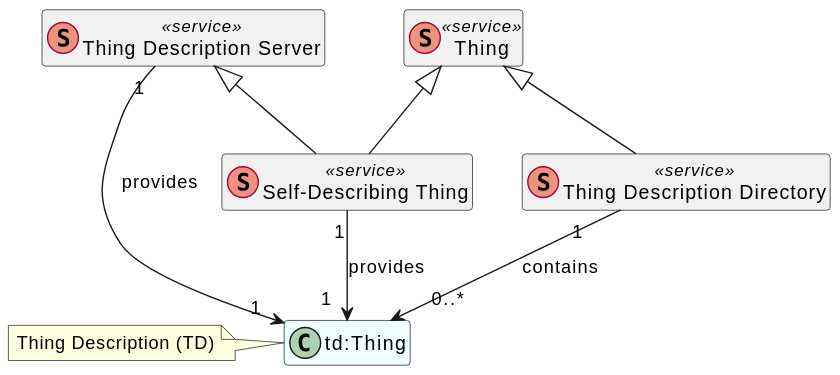
w3c/wot-discovery keeps this PlantUML diagram as images/exploration-class-diagram.svg. Above is the earlier version. Its diagram source:
```plantuml
@startuml exploration-class-diagram
hide methods
hide members

class Server as "Thing Description Server" <<(S,#eb937f) service>>

class Thing <<(S,#eb937f) service>>
together {
    class SelfDesc as "Self-Describing Thing" <<(S,#eb937f) service>>
    class Directory as "Thing Description Directory" <<(S,#eb937f) service>>
}

class TD as "td:Thing" #Azure
note left: Thing Description (TD)

Thing <|-- SelfDesc
Server <|-- SelfDesc
Thing <|-- Directory
SelfDesc "1" --> "1  " TD: provides
Server "1" --> "1  " TD: provides
Directory "1   " --> "   0..*" TD: contains


@enduml
```
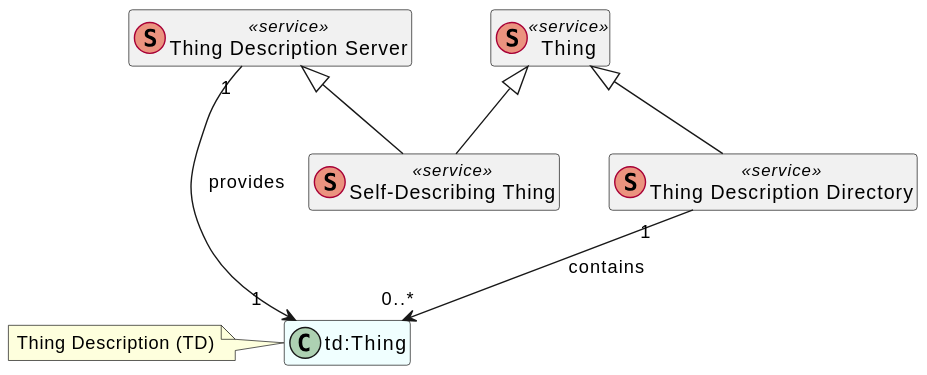
After the change.

Commit message:
only one provides arc needed

Change to the diagram source:
```diff
@@ -16,7 +16,6 @@
 Thing <|-- SelfDesc
 Server <|-- SelfDesc
 Thing <|-- Directory
-SelfDesc "1" --> "1  " TD: provides
 Server "1" --> "1  " TD: provides
 Directory "1   " --> "   0..*" TD: contains
 
```
